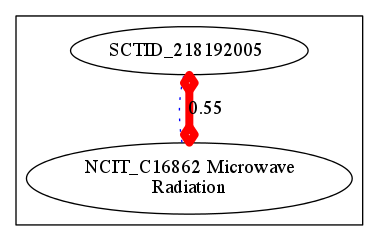
Earlier version of the Graphviz export target/img-NCIT_C16862.png (cmungall/radiation-ontology). Its source is kept beside it as target/img-NCIT_C16862.dot.
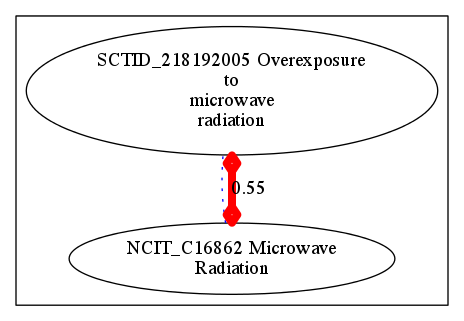
The same diagram one commit later.

What changed in the source:
```diff
@@ -1,7 +1,10 @@
 digraph cliquegraph {
 subgraph cluster_NCIT_C16862 {NCIT_C16862 [ label="NCIT_C16862 Microwave
 Radiation" ];
-SCTID_218192005 [ label="SCTID_218192005 " ];}
+SCTID_218192005 [ label="SCTID_218192005 Overexposure
+to
+microwave
+radiation" ];}
 NCIT_C16862 -> SCTID_218192005 [ arrowhead = none, penwidth=1, color=blue, label="", style=dotted]
 NCIT_C16862 -> SCTID_218192005 [ arrowhead = ediamond, penwidth=6, color=red, label="0.55", style=solid, arrowtail=ediamond, dir=both]
 }
```
